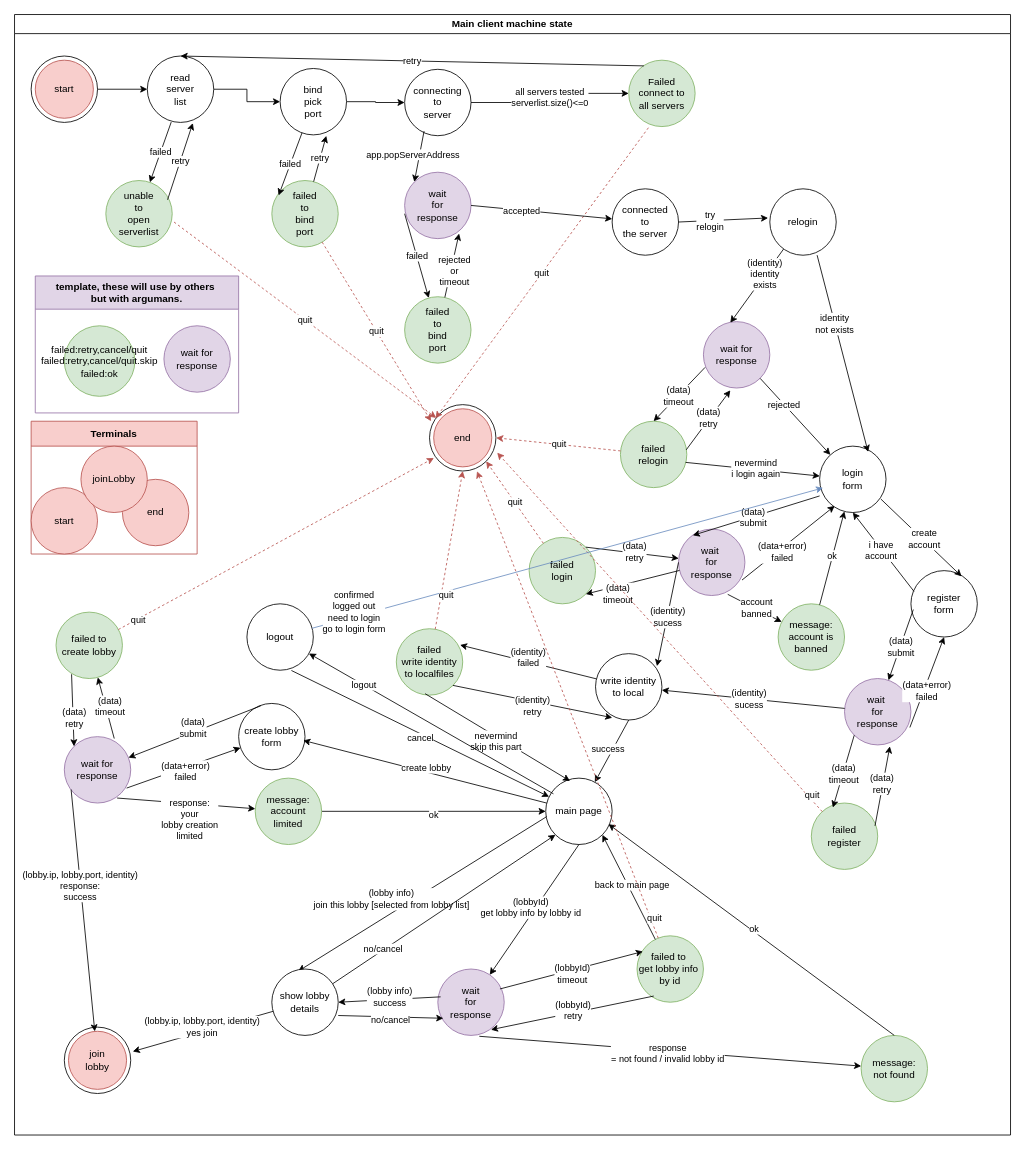
turnaduw/fluffyMultiplayer keeps this draw.io diagram as docs/machine-state/main-client/main-client-machine-states.drawio. Above is the earlier version. Source tidied: cells renumbered, new cells numbered last; positions are measured from the earlier drawing's top-left corner, leaving out a move shared by most shapes. Both pictures are drawn from the tidied source at 83%, with x=0, y=0 at pixel (14, 14).
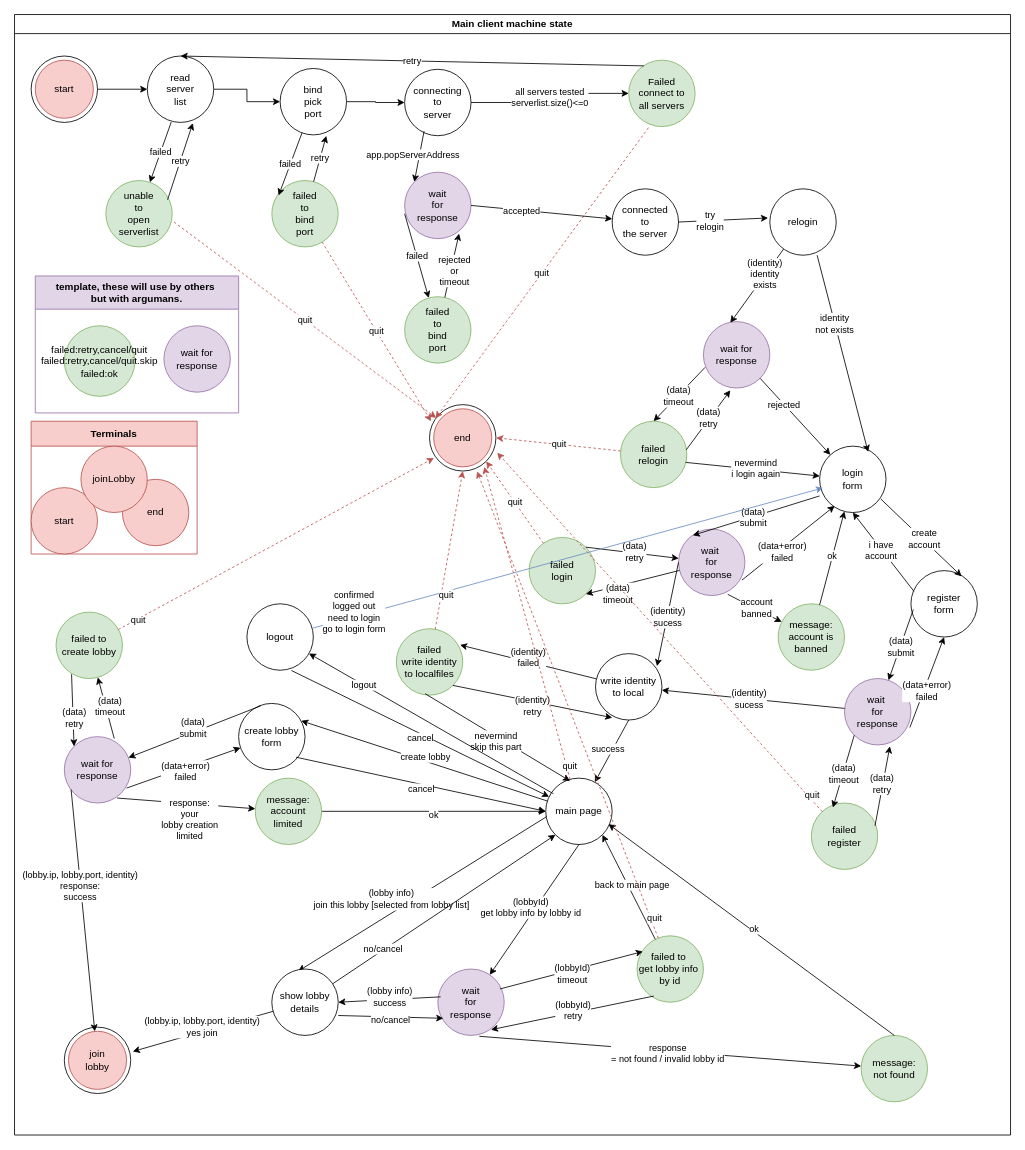
Above is the later version.

Commit message (it also covers changes not shown here):
doc main client machine state updated.

The change refers to these unchanged cells:
```xml
<mxCell id="2" value="Main client machine state" style="swimlane;whiteSpace=wrap;html=1;" parent="1" vertex="1">
  <mxGeometry width="1200" height="1350" as="geometry" />
</mxCell>
<mxCell id="9" style="ellipse;whiteSpace=wrap;html=1;" parent="2" vertex="1">
  <mxGeometry x="500" y="470" width="80" height="80" as="geometry" />
</mxCell>
<mxCell id="63" value="main page" style="ellipse;whiteSpace=wrap;html=1;" parent="2" vertex="1">
  <mxGeometry x="640" y="920" width="80" height="80" as="geometry" />
</mxCell>
<mxCell id="84" value="create lobby&lt;br&gt;form" style="ellipse;whiteSpace=wrap;html=1;" parent="2" vertex="1">
  <mxGeometry x="270" y="830" width="80" height="80" as="geometry" />
</mxCell>
```

Change to the diagram source:
```diff
@@
-    <mxCell id="85" value="create lobby" style="endArrow=classic;html=1;rounded=0;entryX=0.973;entryY=0.557;entryDx=0;entryDy=0;entryPerimeter=0;" parent="2" edge="1" source="63" target="84">
+    <mxCell id="85" value="create lobby" style="endArrow=classic;html=1;rounded=0;entryX=0.942;entryY=0.262;entryDx=0;entryDy=0;entryPerimeter=0;" parent="2" edge="1" source="63" target="84">
       <mxGeometry y="-5" relative="1" as="geometry" />
     </mxCell>
@@
+    <mxCell id="116" value="quit" style="endArrow=classic;html=1;rounded=0;fillColor=#f8cecc;strokeColor=#b85450;dashed=1;entryX=0.825;entryY=0.938;entryDx=0;entryDy=0;entryPerimeter=0;" parent="2" edge="1" source="63" target="9">
+      <mxGeometry x="-0.92" y="-4" relative="1" as="geometry" />
+    </mxCell>
+    <mxCell id="117" value="cancel" style="endArrow=classic;html=1;rounded=0;exitX=0.865;exitY=0.81;exitDx=0;exitDy=0;exitPerimeter=0;" parent="2" edge="1" source="84">
+      <mxGeometry x="0.01" y="-5" relative="1" as="geometry">
+        <mxPoint x="640" y="960" as="targetPoint" />
+      </mxGeometry>
+    </mxCell>
```
